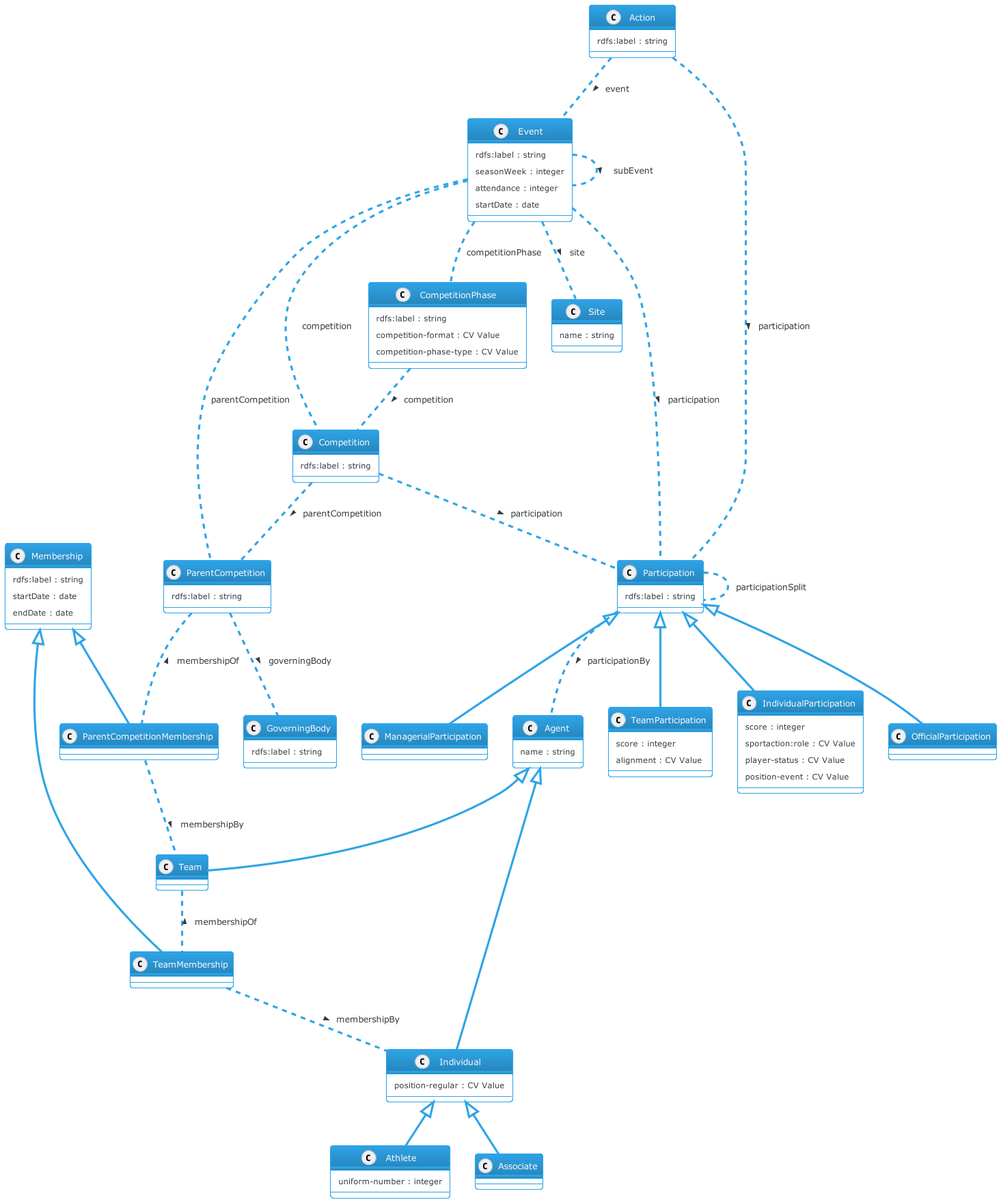
Before: docs/diagrams/iptc-sport-model.png, a diagram exported from PlantUML (iptc/sport-schema).
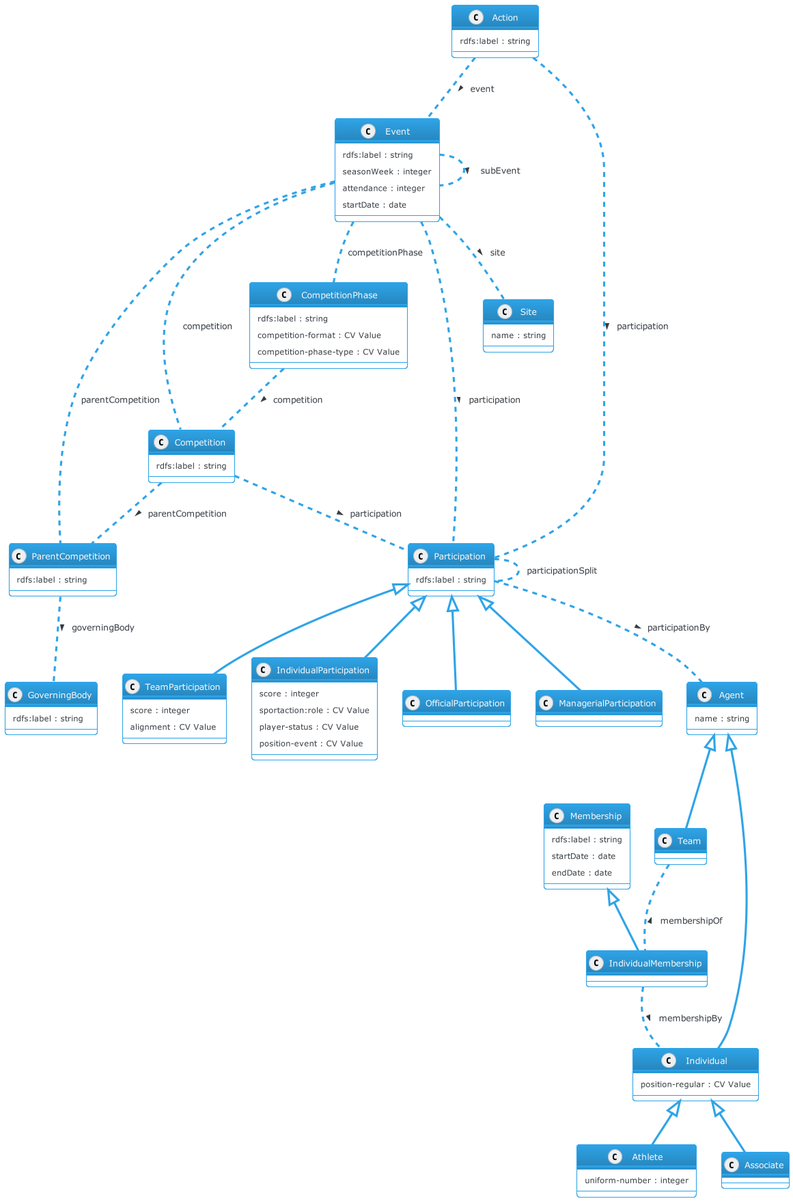
After the change.

Commit message:
Change TeamMembership to IndividualMembership in diagrams - fixes #53

The edit, as a diff of the source:
```diff
@@ -61,12 +61,8 @@
   endDate : date
 }
 
-Membership <|-- TeamMembership
-class TeamMembership {
-}
-
-Membership <|-- ParentCompetitionMembership
-class ParentCompetitionMembership {
+Membership <|-- IndividualMembership
+class IndividualMembership {
 }
 
 class Agent {
@@ -107,9 +103,7 @@
 Participation .. Participation : participationSplit
 Event .. Event : > subEvent
 Participation .. Agent : > participationBy
-Team .. TeamMembership : < membershipOf
-TeamMembership .. Individual : > membershipBy
-ParentCompetition .. ParentCompetitionMembership : < membershipOf
-ParentCompetitionMembership .. Team : > membershipBy
+Team .. IndividualMembership : < membershipOf
+IndividualMembership .. Individual : > membershipBy
 Event .. Site :  > site
 @enduml
```
